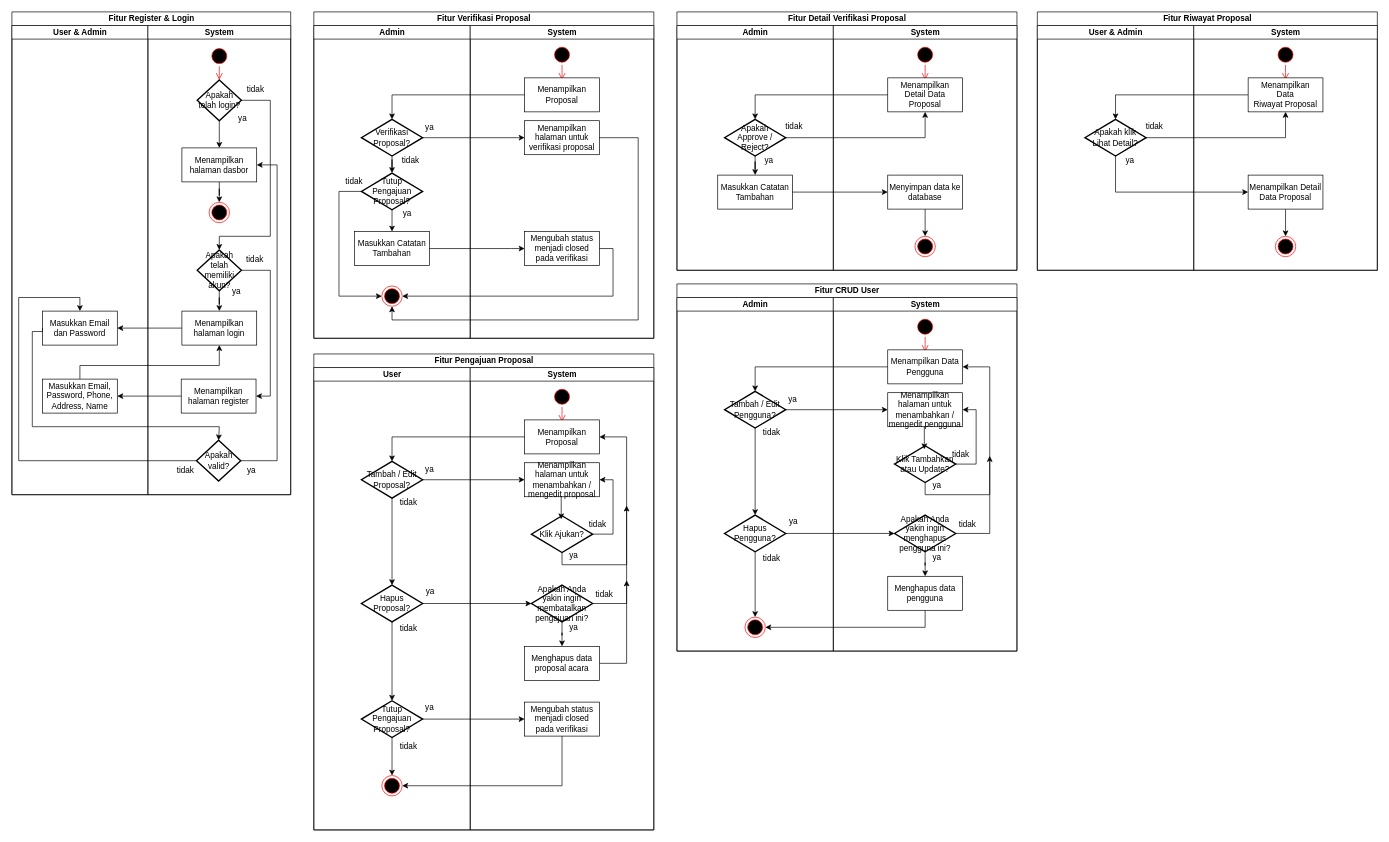
dapzz-id/DrawIO keeps this draw.io diagram as page "Activity Diagram" (6 of 6) of Uji Level 11_ Kadavi Raditya Alvino.drawio. Above is the earlier version. Source tidied: cells renumbered, new cells numbered last; positions are measured from the earlier drawing's top-left corner, leaving out a move shared by most shapes. Both pictures are drawn from the tidied source at 68%, with x=0, y=0 at pixel (12, 12).
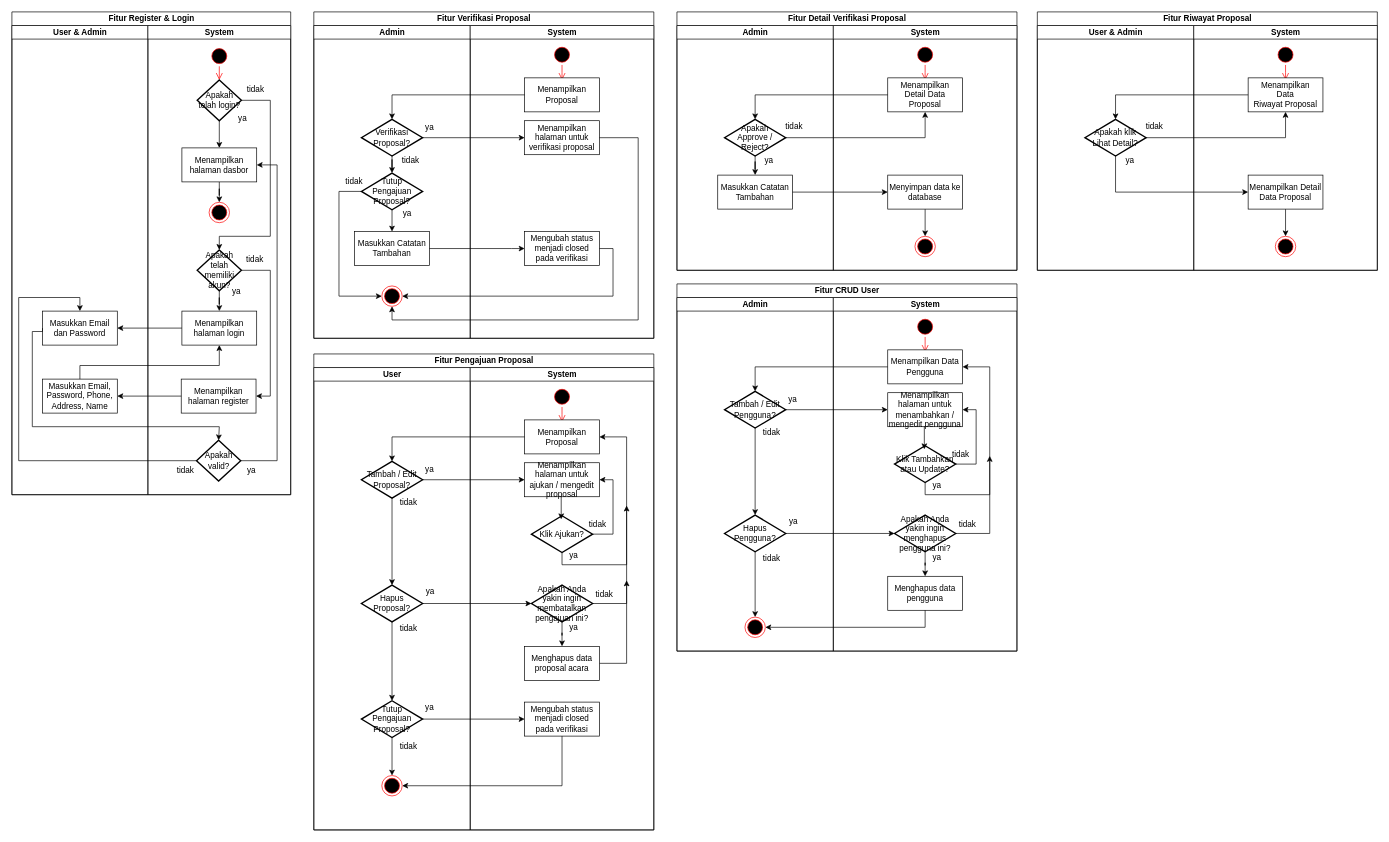
The same page after the edit.

The change refers to these unchanged cells:
```xml
<mxCell id="72" value="System" style="swimlane;startSize=20;html=1;" parent="57" vertex="1">
  <mxGeometry x="230" y="20" width="270" height="680" as="geometry" />
</mxCell>
```

Diff of the diagram source:
```diff
@@
-    <mxCell id="76" value="Menampilkan halaman untuk menambahkan / mengedit proposal" style="html=1;whiteSpace=wrap;" parent="72" vertex="1">
+    <mxCell id="76" value="Menampilkan halaman untuk ajukan / mengedit proposal" style="html=1;whiteSpace=wrap;" parent="72" vertex="1">
       <mxGeometry x="80" y="140" width="110" height="50" as="geometry" />
     </mxCell>
```
